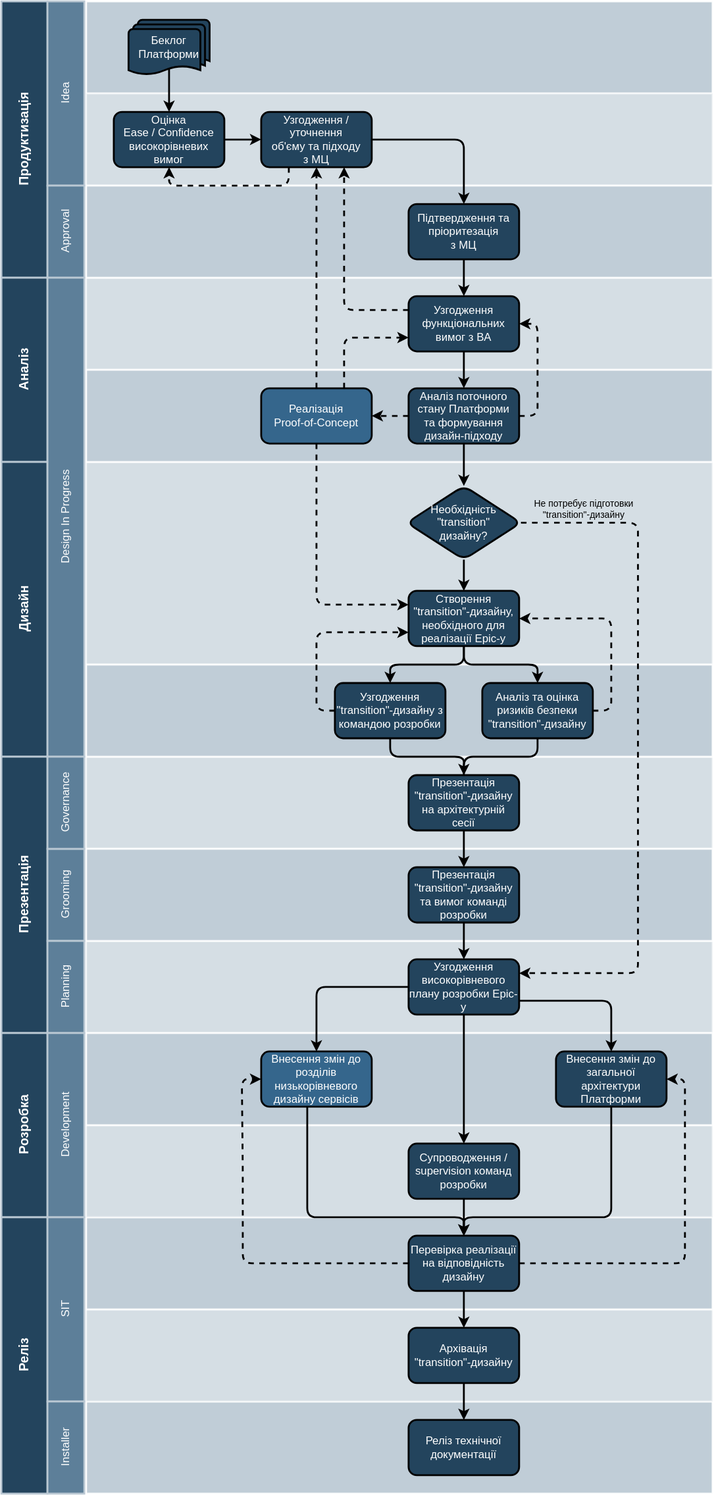
This is modules/arch/images/architecture-workspace/architecture-process.svg from epam/edp-ddm-architecture, a draw.io export, as it was before one commit. Source tidied: cells renumbered, new cells last; positions are measured from the earlier drawing's top-left corner, leaving out a move shared by most shapes.
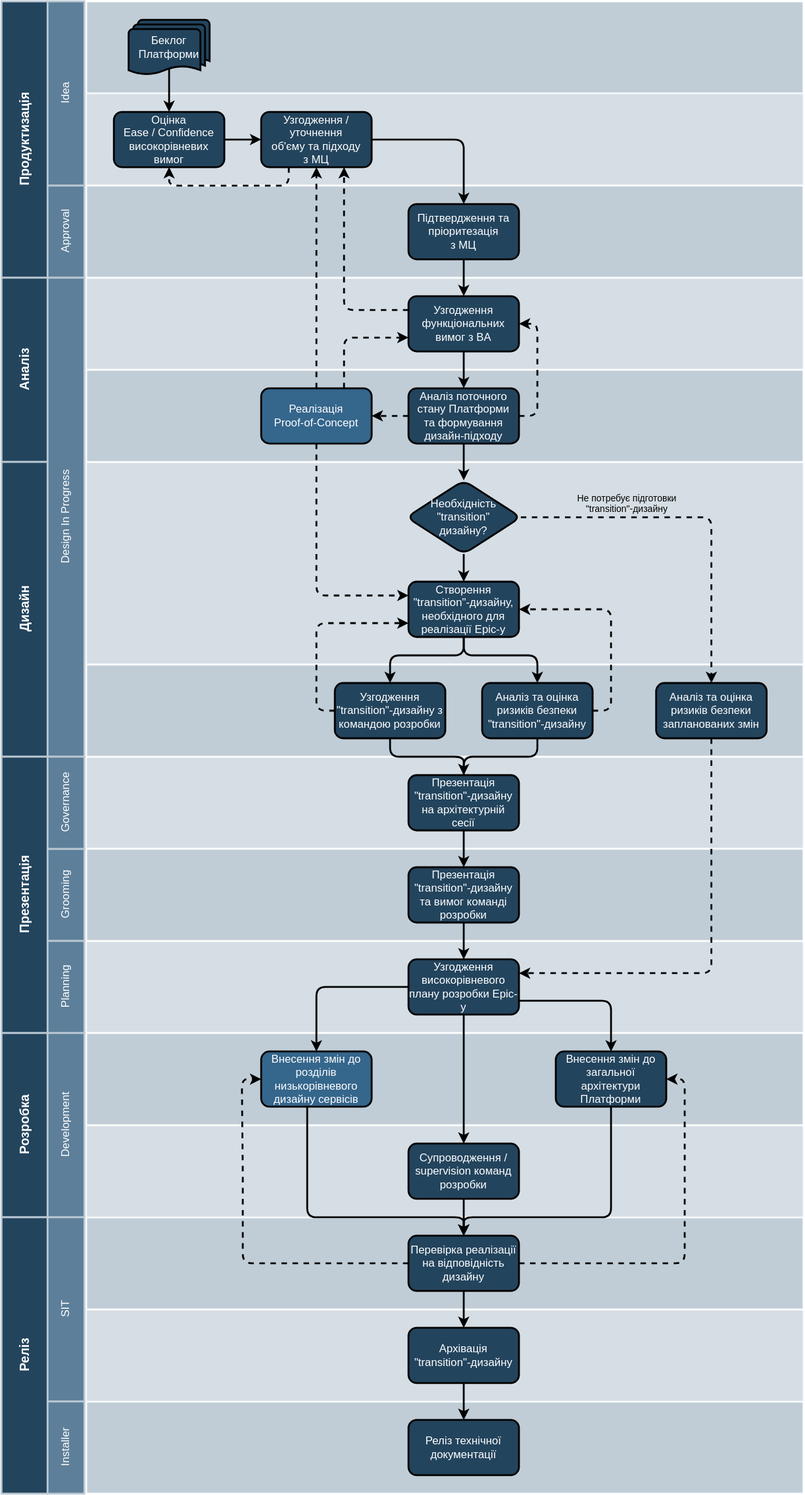
Above is the later version.

Commit message:
[EDP-DDM-21264] Platform architecture documentation structure

Change to the diagram source:
```diff
@@ -3,52 +3,52 @@
     <mxCell id="0" />
     <mxCell id="1" parent="0" />
     <mxCell id="2" style="strokeColor=#FFFFFF;fillColor=#BAC8D3;fontSize=18;strokeWidth=2;fontFamily=Helvetica;html=1;opacity=90;" parent="1" vertex="1">
-      <mxGeometry x="92" y="1520" width="680" height="100" as="geometry" />
+      <mxGeometry x="92" y="1520" width="779" height="100" as="geometry" />
     </mxCell>
     <mxCell id="3" style="strokeColor=#FFFFFF;fillColor=#BAC8D3;fontSize=18;strokeWidth=2;fontFamily=Helvetica;html=1;opacity=90;" parent="1" vertex="1">
-      <mxGeometry x="92" width="680" height="100" as="geometry" />
+      <mxGeometry x="92" width="779" height="100" as="geometry" />
     </mxCell>
     <mxCell id="4" style="strokeColor=#FFFFFF;fillColor=#BAC8D3;fontSize=18;strokeWidth=2;fontFamily=Helvetica;html=1;opacity=60;" parent="1" vertex="1">
-      <mxGeometry x="92" y="1420" width="680" height="100" as="geometry" />
+      <mxGeometry x="92" y="1420" width="779" height="100" as="geometry" />
     </mxCell>
     <mxCell id="5" style="strokeColor=#FFFFFF;fillColor=#BAC8D3;fontSize=18;strokeWidth=2;fontFamily=Helvetica;html=1;opacity=90;" parent="1" vertex="1">
-      <mxGeometry x="92" y="1320" width="680" height="100" as="geometry" />
+      <mxGeometry x="92" y="1320" width="779" height="100" as="geometry" />
     </mxCell>
     <mxCell id="6" style="strokeColor=#FFFFFF;fillColor=#BAC8D3;fontSize=18;strokeWidth=2;fontFamily=Helvetica;html=1;opacity=60;" parent="1" vertex="1">
-      <mxGeometry x="92" y="1220" width="680" height="100" as="geometry" />
+      <mxGeometry x="92" y="1220" width="779" height="100" as="geometry" />
     </mxCell>
     <mxCell id="7" style="strokeColor=#FFFFFF;fillColor=#BAC8D3;fontSize=18;strokeWidth=2;fontFamily=Helvetica;html=1;opacity=60;" parent="1" vertex="1">
-      <mxGeometry x="92" y="1020" width="680" height="100" as="geometry" />
+      <mxGeometry x="92" y="1020" width="779" height="100" as="geometry" />
     </mxCell>
     <mxCell id="8" style="strokeColor=#FFFFFF;fillColor=#BAC8D3;fontSize=18;strokeWidth=2;fontFamily=Helvetica;html=1;opacity=90;" parent="1" vertex="1">
-      <mxGeometry x="92" y="1120" width="680" height="100" as="geometry" />
+      <mxGeometry x="92" y="1120" width="779" height="100" as="geometry" />
     </mxCell>
     <mxCell id="9" style="strokeColor=#FFFFFF;fillColor=#BAC8D3;fontSize=18;strokeWidth=2;fontFamily=Helvetica;html=1;opacity=60;" parent="1" vertex="1">
-      <mxGeometry x="92" y="820" width="680" height="100" as="geometry" />
+      <mxGeometry x="92" y="820" width="779" height="100" as="geometry" />
     </mxCell>
     <mxCell id="10" style="strokeColor=#FFFFFF;fillColor=#BAC8D3;fontSize=18;strokeWidth=2;fontFamily=Helvetica;html=1;opacity=90;" parent="1" vertex="1">
-      <mxGeometry x="92" y="920" width="680" height="100" as="geometry" />
+      <mxGeometry x="92" y="920" width="779" height="100" as="geometry" />
     </mxCell>
     <mxCell id="11" style="strokeColor=#FFFFFF;fillColor=#BAC8D3;fontSize=18;strokeWidth=2;fontFamily=Helvetica;html=1;opacity=60;" parent="1" vertex="1">
-      <mxGeometry x="92" y="500" width="680" height="220" as="geometry" />
+      <mxGeometry x="92" y="500" width="779" height="220" as="geometry" />
     </mxCell>
     <mxCell id="12" style="strokeColor=#FFFFFF;fillColor=#BAC8D3;fontSize=18;strokeWidth=2;fontFamily=Helvetica;html=1;opacity=90;" parent="1" vertex="1">
-      <mxGeometry x="92" y="720" width="680" height="100" as="geometry" />
+      <mxGeometry x="92" y="720" width="779" height="100" as="geometry" />
     </mxCell>
     <mxCell id="13" style="strokeColor=#FFFFFF;fillColor=#BAC8D3;fontSize=18;strokeWidth=2;fontFamily=Helvetica;html=1;opacity=60;" parent="1" vertex="1">
-      <mxGeometry x="92" y="300" width="680" height="100" as="geometry" />
+      <mxGeometry x="92" y="300" width="779" height="100" as="geometry" />
     </mxCell>
     <mxCell id="14" style="strokeColor=#FFFFFF;fillColor=#BAC8D3;fontSize=18;strokeWidth=2;fontFamily=Helvetica;html=1;opacity=90;" parent="1" vertex="1">
-      <mxGeometry x="92" y="400" width="680" height="100" as="geometry" />
+      <mxGeometry x="92" y="400" width="779" height="100" as="geometry" />
     </mxCell>
     <mxCell id="15" value="&lt;b&gt;Продуктизація&lt;/b&gt;" style="strokeColor=#BAC8D3;fillColor=#23445D;fontSize=14;strokeWidth=2;horizontal=0;fontFamily=Helvetica;html=1;fontColor=#FFFFFF;fontStyle=0;" parent="1" vertex="1">
       <mxGeometry width="50" height="300" as="geometry" />
     </mxCell>
     <mxCell id="16" style="strokeColor=#FFFFFF;fillColor=#BAC8D3;fontSize=18;strokeWidth=2;fontFamily=Helvetica;html=1;opacity=60;" parent="1" vertex="1">
-      <mxGeometry x="92" y="100" width="680" height="100" as="geometry" />
+      <mxGeometry x="92" y="100" width="779" height="100" as="geometry" />
     </mxCell>
     <mxCell id="17" style="strokeColor=#FFFFFF;fillColor=#BAC8D3;fontSize=18;strokeWidth=2;fontFamily=Helvetica;html=1;opacity=90;" parent="1" vertex="1">
-      <mxGeometry x="92" y="200" width="680" height="100" as="geometry" />
+      <mxGeometry x="92" y="200" width="779" height="100" as="geometry" />
     </mxCell>
     <mxCell id="18" style="edgeStyle=orthogonalEdgeStyle;rounded=1;sketch=0;jettySize=auto;html=1;entryX=0.5;entryY=0;entryDx=0;entryDy=0;strokeWidth=2;fontSize=11;fontColor=#FFFFFF;exitX=0.5;exitY=0.88;exitDx=0;exitDy=0;exitPerimeter=0;" parent="1" edge="1" source="63" target="20">
       <mxGeometry relative="1" as="geometry" />
@@ -107,27 +107,27 @@
     <mxCell id="33" style="edgeStyle=orthogonalEdgeStyle;rounded=1;jettySize=auto;html=1;entryX=0.5;entryY=0;entryDx=0;entryDy=0;strokeWidth=2;fontSize=11;fontColor=#FFFFFF;sketch=0;" parent="1" edge="1" source="35" target="40">
       <mxGeometry relative="1" as="geometry">
         <Array as="points">
-          <mxPoint x="502" y="720" />
-          <mxPoint x="582" y="720" />
+          <mxPoint x="502" y="710" />
+          <mxPoint x="582" y="710" />
         </Array>
       </mxGeometry>
     </mxCell>
     <mxCell id="34" style="edgeStyle=orthogonalEdgeStyle;rounded=1;jettySize=auto;html=1;entryX=0.5;entryY=0;entryDx=0;entryDy=0;strokeWidth=2;fontSize=11;fontColor=#FFFFFF;" parent="1" edge="1" source="35" target="38">
       <mxGeometry relative="1" as="geometry">
         <Array as="points">
-          <mxPoint x="502" y="720" />
-          <mxPoint x="422" y="720" />
+          <mxPoint x="502" y="710" />
+          <mxPoint x="422" y="710" />
         </Array>
       </mxGeometry>
     </mxCell>
     <mxCell id="35" value="Створення &quot;transition&quot;-дизайну, необхідного для реалізації Epic-у" style="rounded=1;whiteSpace=wrap;html=1;strokeWidth=2;fontColor=#FFFFFF;fillColor=#23445D;" parent="1" vertex="1">
-      <mxGeometry x="442" y="639.9" width="120" height="60" as="geometry" />
+      <mxGeometry x="442" y="630" width="120" height="60" as="geometry" />
     </mxCell>
     <mxCell id="36" style="edgeStyle=orthogonalEdgeStyle;rounded=1;sketch=0;jettySize=auto;html=1;entryX=0;entryY=0.75;entryDx=0;entryDy=0;strokeWidth=2;fontSize=11;fontColor=#FFFFFF;dashed=1;exitX=0;exitY=0.5;exitDx=0;exitDy=0;" parent="1" edge="1" source="38" target="35">
       <mxGeometry relative="1" as="geometry">
         <Array as="points">
           <mxPoint x="342" y="770" />
-          <mxPoint x="342" y="685" />
+          <mxPoint x="342" y="675" />
         </Array>
       </mxGeometry>
     </mxCell>
@@ -141,7 +141,7 @@
       <mxGeometry relative="1" as="geometry">
         <Array as="points">
           <mxPoint x="662" y="770" />
-          <mxPoint x="662" y="670" />
+          <mxPoint x="662" y="660" />
         </Array>
       </mxGeometry>
     </mxCell>
@@ -296,21 +296,26 @@
     <mxCell id="82" style="edgeStyle=orthogonalEdgeStyle;rounded=0;jettySize=auto;html=1;fontColor=#FFFFFF;strokeWidth=2;" parent="1" edge="1" source="85" target="35">
       <mxGeometry relative="1" as="geometry" />
     </mxCell>
-    <mxCell id="83" style="edgeStyle=orthogonalEdgeStyle;rounded=1;jettySize=auto;html=1;entryX=1;entryY=0.25;entryDx=0;entryDy=0;strokeWidth=2;fontColor=#FFFFFF;dashed=1;" parent="1" edge="1" source="85" target="50">
+    <mxCell id="83" style="edgeStyle=orthogonalEdgeStyle;rounded=1;jettySize=auto;html=1;entryX=0.5;entryY=0;entryDx=0;entryDy=0;strokeWidth=2;fontColor=#FFFFFF;dashed=1;exitX=1;exitY=0.5;exitDx=0;exitDy=0;" parent="1" edge="1" source="85" target="87">
       <mxGeometry relative="1" as="geometry">
         <Array as="points">
-          <mxPoint x="691" y="566" />
-          <mxPoint x="691" y="1055" />
+          <mxPoint x="771" y="560" />
         </Array>
       </mxGeometry>
     </mxCell>
     <mxCell id="84" value="Не потребує підготовки&lt;br style=&quot;font-size: 10px;&quot;&gt;&quot;transition&quot;-дизайну" style="edgeLabel;html=1;align=center;verticalAlign=middle;fontColor=#000000;labelBackgroundColor=none;fontSize=10;" parent="83" vertex="1">
       <mxGeometry x="-0.82" y="1" relative="1" as="geometry">
-        <mxPoint x="-1" y="-15" as="offset" />
+        <mxPoint x="79" y="-15" as="offset" />
       </mxGeometry>
     </mxCell>
     <mxCell id="85" value="Необхідність &quot;transition&quot;&lt;br&gt;дизайну?" style="rhombus;whiteSpace=wrap;html=1;fillColor=#23445D;strokeWidth=2;rounded=1;fontColor=#FFFFFF;" parent="1" vertex="1">
-      <mxGeometry x="440" y="526" width="124" height="80" as="geometry" />
+      <mxGeometry x="440" y="520" width="124" height="80" as="geometry" />
     </mxCell>
+    <mxCell id="86" style="edgeStyle=orthogonalEdgeStyle;rounded=1;jettySize=auto;html=1;entryX=1;entryY=0.25;entryDx=0;entryDy=0;dashed=1;strokeWidth=2;fontSize=10;fontColor=#000000;exitX=0.5;exitY=1;exitDx=0;exitDy=0;" parent="1" edge="1" source="87" target="50">
+      <mxGeometry relative="1" as="geometry" />
+    </mxCell>
+    <mxCell id="87" value="Аналіз та оцінка ризиків безпеки запланованих змін" style="rounded=1;whiteSpace=wrap;html=1;strokeWidth=2;fontColor=#FFFFFF;fillColor=#23445D;" parent="1" vertex="1">
+      <mxGeometry x="711" y="740" width="120" height="60" as="geometry" />
+    </mxCell>
   </root>
 </mxGraphModel>
```
